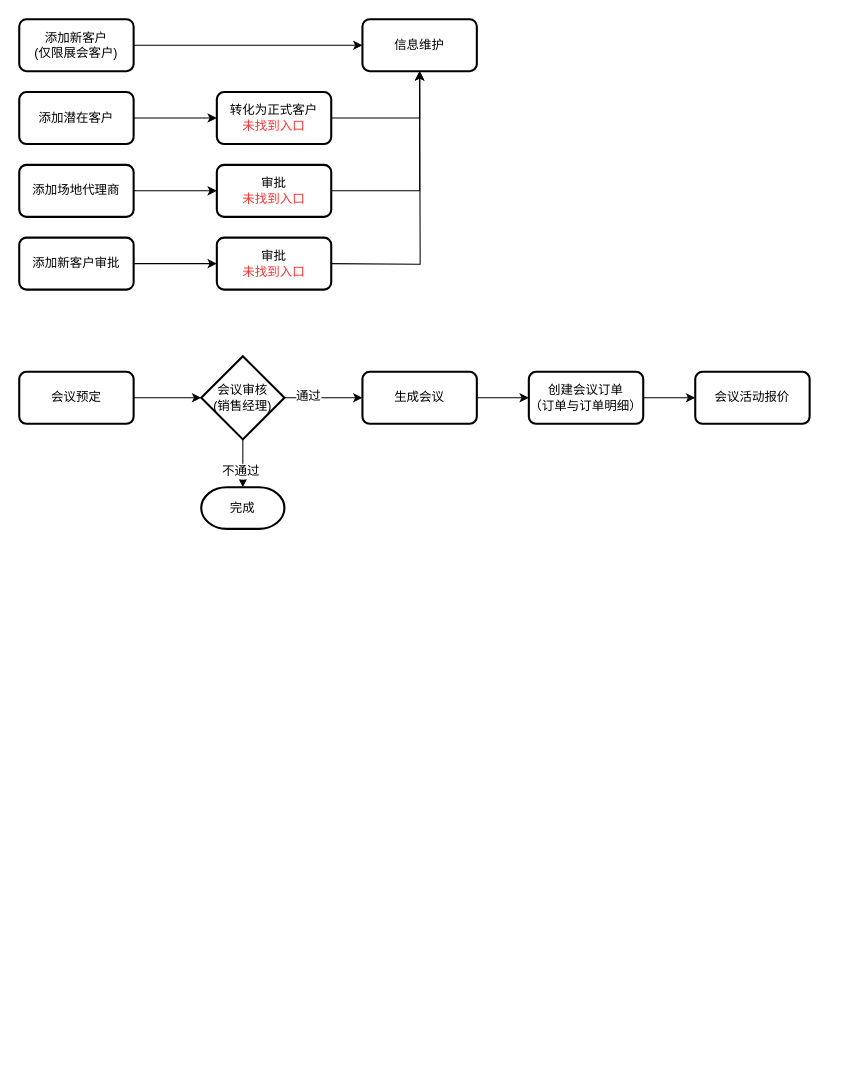
Earlier version of the draw.io diagram elc/poly.drawio (russell7/draw.io). Source tidied: cells renumbered, new cells numbered last; positions are measured from the earlier drawing's top-left corner, leaving out a move shared by most shapes. Both pictures are drawn from the tidied source at 104%, with x=0, y=0 at pixel (19, 19).
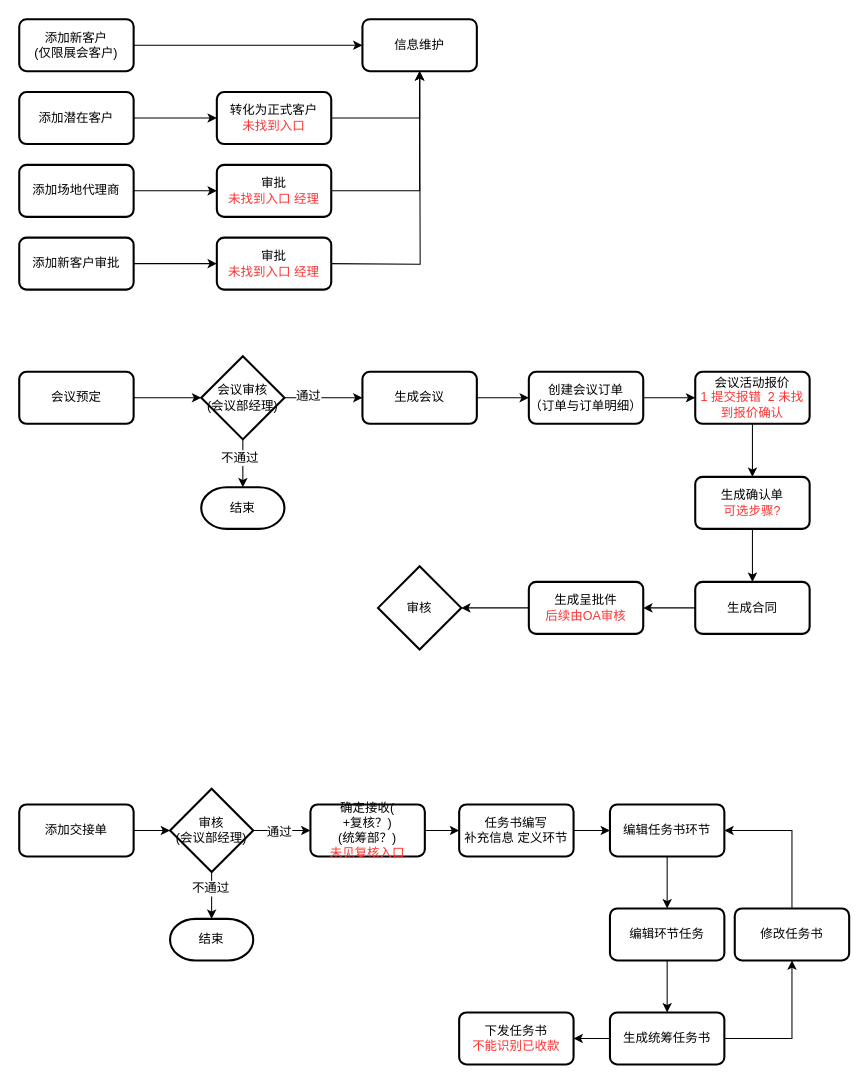
The same diagram, later.

Commit message:
add mgm department

The change refers to these unchanged cells:
```xml
<mxCell id="4" value="信息维护" style="rounded=1;whiteSpace=wrap;html=1;absoluteArcSize=1;arcSize=14;strokeWidth=2;" parent="1" vertex="1">
  <mxGeometry x="330" width="110" height="50" as="geometry" />
</mxCell>
<mxCell id="10" value="添加场地代理商" style="rounded=1;whiteSpace=wrap;html=1;absoluteArcSize=1;arcSize=14;strokeWidth=2;" parent="1" vertex="1">
  <mxGeometry y="140" width="110" height="50" as="geometry" />
</mxCell>
<mxCell id="12" value="添加新客户审批" style="rounded=1;whiteSpace=wrap;html=1;absoluteArcSize=1;arcSize=14;strokeWidth=2;" parent="1" vertex="1">
  <mxGeometry y="210" width="110" height="50" as="geometry" />
</mxCell>
<mxCell id="18" value="会议预定" style="rounded=1;whiteSpace=wrap;html=1;absoluteArcSize=1;arcSize=14;strokeWidth=2;" parent="1" vertex="1">
  <mxGeometry y="339" width="110" height="50" as="geometry" />
</mxCell>
<mxCell id="20" value="生成会议" style="rounded=1;whiteSpace=wrap;html=1;absoluteArcSize=1;arcSize=14;strokeWidth=2;" parent="1" vertex="1">
  <mxGeometry x="330" y="339" width="110" height="50" as="geometry" />
</mxCell>
<mxCell id="22" value="创建会议订单&lt;br&gt;（订单与订单明细）" style="rounded=1;whiteSpace=wrap;html=1;absoluteArcSize=1;arcSize=14;strokeWidth=2;" parent="1" vertex="1">
  <mxGeometry x="490" y="339" width="110" height="50" as="geometry" />
</mxCell>
```

The edit, as a diff of the source:
```diff
@@
-    <mxCell id="9" style="edgeStyle=orthogonalEdgeStyle;rounded=0;jettySize=auto;html=1;" parent="1" edge="1" source="10" target="16">
-      <mxGeometry relative="1" as="geometry" />
-    </mxCell>
+    <mxCell id="30" style="edgeStyle=orthogonalEdgeStyle;rounded=0;jettySize=auto;html=1;" parent="1" edge="1" source="10" target="35">
+      <mxGeometry relative="1" as="geometry" />
+    </mxCell>
@@
-    <mxCell id="11" style="edgeStyle=orthogonalEdgeStyle;rounded=0;jettySize=auto;html=1;" parent="1" edge="1" source="12" target="14">
-      <mxGeometry relative="1" as="geometry" />
-    </mxCell>
+    <mxCell id="31" style="edgeStyle=orthogonalEdgeStyle;rounded=0;jettySize=auto;html=1;" parent="1" edge="1" source="12" target="33">
+      <mxGeometry relative="1" as="geometry" />
+    </mxCell>
@@
-    <mxCell id="13" style="edgeStyle=orthogonalEdgeStyle;rounded=0;orthogonalLoop=1;jettySize=auto;html=1;" parent="1" edge="1">
-      <mxGeometry relative="1" as="geometry">
-        <mxPoint x="295" y="235" as="sourcePoint" />
-        <mxPoint x="385" y="50" as="targetPoint" />
-      </mxGeometry>
-    </mxCell>
-    <mxCell id="14" value="审批&lt;br&gt;&lt;font color=&quot;#ff3333&quot;&gt;未找到入口&lt;/font&gt;" style="rounded=1;whiteSpace=wrap;html=1;absoluteArcSize=1;arcSize=14;strokeWidth=2;" parent="1" vertex="1">
-      <mxGeometry x="190" y="210" width="110" height="50" as="geometry" />
-    </mxCell>
-    <mxCell id="15" style="edgeStyle=orthogonalEdgeStyle;rounded=0;jettySize=auto;html=1;entryX=0.5;entryY=1;entryDx=0;entryDy=0;" parent="1" edge="1" source="16" target="4">
-      <mxGeometry relative="1" as="geometry" />
-    </mxCell>
-    <mxCell id="16" value="审批&lt;br&gt;&lt;font color=&quot;#ff3333&quot;&gt;未找到入口&lt;/font&gt;" style="rounded=1;whiteSpace=wrap;html=1;absoluteArcSize=1;arcSize=14;strokeWidth=2;" parent="1" vertex="1">
-      <mxGeometry x="190" y="140" width="110" height="50" as="geometry" />
-    </mxCell>
-    <mxCell id="17" style="edgeStyle=orthogonalEdgeStyle;rounded=0;jettySize=auto;html=1;entryX=0;entryY=0.5;entryDx=0;entryDy=0;entryPerimeter=0;" parent="1" edge="1" source="18" target="28">
-      <mxGeometry relative="1" as="geometry" />
-    </mxCell>
+    <mxCell id="32" style="edgeStyle=orthogonalEdgeStyle;rounded=0;orthogonalLoop=1;jettySize=auto;html=1;" parent="1" edge="1">
+      <mxGeometry relative="1" as="geometry">
+        <mxPoint x="295" y="235" as="sourcePoint" />
+        <mxPoint x="385" y="50" as="targetPoint" />
+      </mxGeometry>
+    </mxCell>
+    <mxCell id="33" value="审批&lt;br&gt;&lt;font color=&quot;#ff3333&quot;&gt;未找到入口 经理&lt;/font&gt;" style="rounded=1;whiteSpace=wrap;html=1;absoluteArcSize=1;arcSize=14;strokeWidth=2;" parent="1" vertex="1">
+      <mxGeometry x="190" y="210" width="110" height="50" as="geometry" />
+    </mxCell>
+    <mxCell id="34" style="edgeStyle=orthogonalEdgeStyle;rounded=0;jettySize=auto;html=1;entryX=0.5;entryY=1;entryDx=0;entryDy=0;" parent="1" edge="1" source="35" target="4">
+      <mxGeometry relative="1" as="geometry" />
+    </mxCell>
+    <mxCell id="35" value="审批&lt;br&gt;&lt;font color=&quot;#ff3333&quot;&gt;未找到入口 经理&lt;/font&gt;" style="rounded=1;whiteSpace=wrap;html=1;absoluteArcSize=1;arcSize=14;strokeWidth=2;" parent="1" vertex="1">
+      <mxGeometry x="190" y="140" width="110" height="50" as="geometry" />
+    </mxCell>
+    <mxCell id="36" style="edgeStyle=orthogonalEdgeStyle;rounded=0;jettySize=auto;html=1;entryX=0;entryY=0.5;entryDx=0;entryDy=0;entryPerimeter=0;" parent="1" edge="1" source="18" target="50">
+      <mxGeometry relative="1" as="geometry" />
+    </mxCell>
@@
-    <mxCell id="21" style="edgeStyle=orthogonalEdgeStyle;rounded=0;jettySize=auto;html=1;" parent="1" edge="1" source="22" target="23">
-      <mxGeometry relative="1" as="geometry" />
-    </mxCell>
+    <mxCell id="37" style="edgeStyle=orthogonalEdgeStyle;rounded=0;jettySize=auto;html=1;" parent="1" edge="1" source="22" target="40">
+      <mxGeometry relative="1" as="geometry" />
+    </mxCell>
@@
-    <mxCell id="23" value="会议活动报价" style="rounded=1;whiteSpace=wrap;html=1;absoluteArcSize=1;arcSize=14;strokeWidth=2;" parent="1" vertex="1">
-      <mxGeometry x="650" y="339" width="110" height="50" as="geometry" />
-    </mxCell>
-    <mxCell id="24" style="edgeStyle=orthogonalEdgeStyle;rounded=0;jettySize=auto;html=1;entryX=0.5;entryY=0;entryDx=0;entryDy=0;entryPerimeter=0;" parent="1" edge="1" source="28" target="29">
-      <mxGeometry relative="1" as="geometry" />
-    </mxCell>
-    <mxCell id="25" value="不通过" style="text;html=1;align=center;verticalAlign=middle;labelBackgroundColor=#ffffff;" parent="24" vertex="1">
-      <mxGeometry x="0.32" y="-3" relative="1" as="geometry" />
-    </mxCell>
-    <mxCell id="26" style="edgeStyle=orthogonalEdgeStyle;rounded=0;jettySize=auto;html=1;entryX=0;entryY=0.5;entryDx=0;entryDy=0;" parent="1" edge="1" source="28" target="20">
-      <mxGeometry relative="1" as="geometry" />
-    </mxCell>
-    <mxCell id="27" value="通过" style="text;html=1;align=center;verticalAlign=middle;labelBackgroundColor=#ffffff;" parent="26" vertex="1">
-      <mxGeometry x="-0.41" y="2" relative="1" as="geometry" />
-    </mxCell>
-    <mxCell id="28" value="&lt;span style=&quot;white-space: normal&quot;&gt;会议审核&lt;/span&gt;&lt;br style=&quot;white-space: normal&quot;&gt;&lt;span style=&quot;white-space: normal&quot;&gt;(销售经理)&lt;/span&gt;" style="strokeWidth=2;html=1;shape=mxgraph.flowchart.decision;whiteSpace=wrap;" parent="1" vertex="1">
-      <mxGeometry x="175" y="324" width="80" height="80" as="geometry" />
-    </mxCell>
-    <mxCell id="29" value="完成" style="strokeWidth=2;html=1;shape=mxgraph.flowchart.terminator;whiteSpace=wrap;" parent="1" vertex="1">
-      <mxGeometry x="175" y="450" width="80" height="40" as="geometry" />
-    </mxCell>
+    <mxCell id="38" style="edgeStyle=orthogonalEdgeStyle;rounded=0;jettySize=auto;html=1;exitX=0.5;exitY=1;exitDx=0;exitDy=0;" parent="1" edge="1" source="41" target="43">
+      <mxGeometry relative="1" as="geometry" />
+    </mxCell>
+    <mxCell id="39" style="edgeStyle=orthogonalEdgeStyle;rounded=0;jettySize=auto;html=1;" parent="1" edge="1" source="40" target="41">
+      <mxGeometry relative="1" as="geometry" />
+    </mxCell>
+    <mxCell id="40" value="会议活动报价&lt;br&gt;&lt;font color=&quot;#ff3333&quot;&gt;1 提交报错&amp;nbsp; 2 未找到报价确认&lt;/font&gt;" style="rounded=1;whiteSpace=wrap;html=1;absoluteArcSize=1;arcSize=14;strokeWidth=2;" parent="1" vertex="1">
+      <mxGeometry x="650" y="339" width="110" height="50" as="geometry" />
+    </mxCell>
+    <mxCell id="41" value="生成确认单&lt;br&gt;&lt;font color=&quot;#ff3333&quot;&gt;可选步骤?&lt;/font&gt;" style="rounded=1;whiteSpace=wrap;html=1;absoluteArcSize=1;arcSize=14;strokeWidth=2;" parent="1" vertex="1">
+      <mxGeometry x="650" y="440" width="110" height="50" as="geometry" />
+    </mxCell>
+    <mxCell id="42" style="edgeStyle=orthogonalEdgeStyle;rounded=0;jettySize=auto;html=1;" parent="1" edge="1" source="43" target="45">
+      <mxGeometry relative="1" as="geometry" />
+    </mxCell>
+    <mxCell id="43" value="生成合同" style="rounded=1;whiteSpace=wrap;html=1;absoluteArcSize=1;arcSize=14;strokeWidth=2;" parent="1" vertex="1">
+      <mxGeometry x="650" y="541" width="110" height="50" as="geometry" />
+    </mxCell>
+    <mxCell id="44" style="edgeStyle=orthogonalEdgeStyle;rounded=0;jettySize=auto;html=1;" parent="1" edge="1" source="45" target="74">
+      <mxGeometry relative="1" as="geometry" />
+    </mxCell>
+    <mxCell id="45" value="生成呈批件&lt;br&gt;&lt;font color=&quot;#ff3333&quot;&gt;后续由OA审核&lt;/font&gt;" style="rounded=1;whiteSpace=wrap;html=1;absoluteArcSize=1;arcSize=14;strokeWidth=2;" parent="1" vertex="1">
+      <mxGeometry x="490" y="541" width="110" height="50" as="geometry" />
+    </mxCell>
+    <mxCell id="46" style="edgeStyle=orthogonalEdgeStyle;rounded=0;jettySize=auto;html=1;entryX=0.5;entryY=0;entryDx=0;entryDy=0;entryPerimeter=0;" parent="1" edge="1" source="50" target="51">
+      <mxGeometry relative="1" as="geometry" />
+    </mxCell>
+    <mxCell id="47" value="不通过" style="text;html=1;align=center;verticalAlign=middle;labelBackgroundColor=#ffffff;" parent="46" vertex="1">
+      <mxGeometry x="0.32" y="-3" relative="1" as="geometry">
+        <mxPoint x="-1" y="-13" as="offset" />
+      </mxGeometry>
+    </mxCell>
+    <mxCell id="48" style="edgeStyle=orthogonalEdgeStyle;rounded=0;jettySize=auto;html=1;entryX=0;entryY=0.5;entryDx=0;entryDy=0;" parent="1" edge="1" source="50" target="20">
+      <mxGeometry relative="1" as="geometry" />
+    </mxCell>
+    <mxCell id="49" value="通过" style="text;html=1;align=center;verticalAlign=middle;labelBackgroundColor=#ffffff;" parent="48" vertex="1">
+      <mxGeometry x="-0.41" y="2" relative="1" as="geometry" />
+    </mxCell>
+    <mxCell id="50" value="&lt;span style=&quot;white-space: normal&quot;&gt;会议审核&lt;/span&gt;&lt;br style=&quot;white-space: normal&quot;&gt;&lt;span style=&quot;white-space: normal&quot;&gt;(会议部经理)&lt;/span&gt;" style="strokeWidth=2;html=1;shape=mxgraph.flowchart.decision;whiteSpace=wrap;" parent="1" vertex="1">
+      <mxGeometry x="175" y="324" width="80" height="80" as="geometry" />
+    </mxCell>
+    <mxCell id="51" value="结束" style="strokeWidth=2;html=1;shape=mxgraph.flowchart.terminator;whiteSpace=wrap;" parent="1" vertex="1">
+      <mxGeometry x="175" y="450" width="80" height="40" as="geometry" />
+    </mxCell>
+    <mxCell id="52" style="edgeStyle=orthogonalEdgeStyle;rounded=0;jettySize=auto;html=1;exitX=1;exitY=0.5;exitDx=0;exitDy=0;exitPerimeter=0;" parent="1" edge="1" source="72" target="57">
+      <mxGeometry relative="1" as="geometry" />
+    </mxCell>
+    <mxCell id="53" value="通过" style="text;html=1;align=center;verticalAlign=middle;labelBackgroundColor=#ffffff;" parent="52" vertex="1">
+      <mxGeometry x="-0.14" y="-1" relative="1" as="geometry" />
+    </mxCell>
+    <mxCell id="54" style="edgeStyle=orthogonalEdgeStyle;rounded=0;jettySize=auto;html=1;entryX=0;entryY=0.5;entryDx=0;entryDy=0;entryPerimeter=0;" parent="1" edge="1" source="55" target="72">
+      <mxGeometry relative="1" as="geometry" />
+    </mxCell>
+    <mxCell id="55" value="添加交接单" style="rounded=1;whiteSpace=wrap;html=1;absoluteArcSize=1;arcSize=14;strokeWidth=2;" parent="1" vertex="1">
+      <mxGeometry y="755" width="110" height="50" as="geometry" />
+    </mxCell>
+    <mxCell id="56" style="edgeStyle=orthogonalEdgeStyle;rounded=0;jettySize=auto;html=1;" parent="1" edge="1" source="57" target="59">
+      <mxGeometry relative="1" as="geometry" />
+    </mxCell>
+    <mxCell id="57" value="确定接收(&lt;br&gt;+复核？)&lt;br&gt;(统筹部？)&lt;font color=&quot;#ff3333&quot;&gt;&lt;br&gt;未见复核入口&lt;br&gt;&lt;/font&gt;" style="rounded=1;whiteSpace=wrap;html=1;absoluteArcSize=1;arcSize=14;strokeWidth=2;" parent="1" vertex="1">
+      <mxGeometry x="280" y="755" width="110" height="50" as="geometry" />
+    </mxCell>
+    <mxCell id="58" style="edgeStyle=orthogonalEdgeStyle;rounded=0;jettySize=auto;html=1;" parent="1" edge="1" source="59" target="61">
+      <mxGeometry relative="1" as="geometry" />
+    </mxCell>
+    <mxCell id="59" value="任务书编写&lt;br&gt;补充信息&amp;nbsp;定义环节" style="rounded=1;whiteSpace=wrap;html=1;absoluteArcSize=1;arcSize=14;strokeWidth=2;" parent="1" vertex="1">
+      <mxGeometry x="423" y="755" width="110" height="50" as="geometry" />
+    </mxCell>
+    <mxCell id="60" style="edgeStyle=orthogonalEdgeStyle;rounded=0;jettySize=auto;html=1;" parent="1" edge="1" source="61" target="63">
+      <mxGeometry relative="1" as="geometry" />
+    </mxCell>
+    <mxCell id="61" value="编辑任务书环节" style="rounded=1;whiteSpace=wrap;html=1;absoluteArcSize=1;arcSize=14;strokeWidth=2;" parent="1" vertex="1">
+      <mxGeometry x="568" y="755" width="110" height="50" as="geometry" />
+    </mxCell>
+    <mxCell id="62" style="edgeStyle=orthogonalEdgeStyle;rounded=0;jettySize=auto;html=1;" parent="1" edge="1" source="63" target="66">
+      <mxGeometry relative="1" as="geometry" />
+    </mxCell>
+    <mxCell id="63" value="编辑环节任务" style="rounded=1;whiteSpace=wrap;html=1;absoluteArcSize=1;arcSize=14;strokeWidth=2;" parent="1" vertex="1">
+      <mxGeometry x="568" y="855" width="110" height="50" as="geometry" />
+    </mxCell>
+    <mxCell id="64" style="edgeStyle=orthogonalEdgeStyle;rounded=0;jettySize=auto;html=1;" parent="1" edge="1" source="66" target="69">
+      <mxGeometry relative="1" as="geometry" />
+    </mxCell>
+    <mxCell id="65" style="edgeStyle=orthogonalEdgeStyle;rounded=0;jettySize=auto;html=1;" parent="1" edge="1" source="66" target="67">
+      <mxGeometry relative="1" as="geometry" />
+    </mxCell>
+    <mxCell id="66" value="生成统筹任务书" style="rounded=1;whiteSpace=wrap;html=1;absoluteArcSize=1;arcSize=14;strokeWidth=2;" parent="1" vertex="1">
+      <mxGeometry x="568" y="955" width="110" height="50" as="geometry" />
+    </mxCell>
+    <mxCell id="67" value="下发任务书&lt;br&gt;&lt;font color=&quot;#ff3333&quot;&gt;不能识别已收款&lt;/font&gt;" style="rounded=1;whiteSpace=wrap;html=1;absoluteArcSize=1;arcSize=14;strokeWidth=2;" parent="1" vertex="1">
+      <mxGeometry x="423" y="955" width="110" height="50" as="geometry" />
+    </mxCell>
+    <mxCell id="68" style="edgeStyle=orthogonalEdgeStyle;rounded=0;jettySize=auto;html=1;entryX=1;entryY=0.5;entryDx=0;entryDy=0;exitX=0.5;exitY=0;exitDx=0;exitDy=0;" parent="1" edge="1" source="69" target="61">
+      <mxGeometry relative="1" as="geometry" />
+    </mxCell>
+    <mxCell id="69" value="修改任务书" style="rounded=1;whiteSpace=wrap;html=1;absoluteArcSize=1;arcSize=14;strokeWidth=2;" parent="1" vertex="1">
+      <mxGeometry x="688" y="855" width="110" height="50" as="geometry" />
+    </mxCell>
+    <mxCell id="70" style="edgeStyle=orthogonalEdgeStyle;rounded=0;jettySize=auto;html=1;" parent="1" edge="1" source="72" target="73">
+      <mxGeometry relative="1" as="geometry" />
+    </mxCell>
+    <mxCell id="71" value="不通过" style="text;html=1;align=center;verticalAlign=middle;labelBackgroundColor=#ffffff;" parent="70" vertex="1">
+      <mxGeometry x="-0.33" y="-2" relative="1" as="geometry" />
+    </mxCell>
+    <mxCell id="72" value="审核&lt;br&gt;(会议部经理)" style="strokeWidth=2;html=1;shape=mxgraph.flowchart.decision;whiteSpace=wrap;" parent="1" vertex="1">
+      <mxGeometry x="145" y="740" width="80" height="80" as="geometry" />
+    </mxCell>
+    <mxCell id="73" value="结束" style="strokeWidth=2;html=1;shape=mxgraph.flowchart.terminator;whiteSpace=wrap;" parent="1" vertex="1">
+      <mxGeometry x="145" y="865" width="80" height="40" as="geometry" />
+    </mxCell>
+    <mxCell id="74" value="审核" style="strokeWidth=2;html=1;shape=mxgraph.flowchart.decision;whiteSpace=wrap;" parent="1" vertex="1">
+      <mxGeometry x="345" y="526" width="80" height="80" as="geometry" />
+    </mxCell>
```
